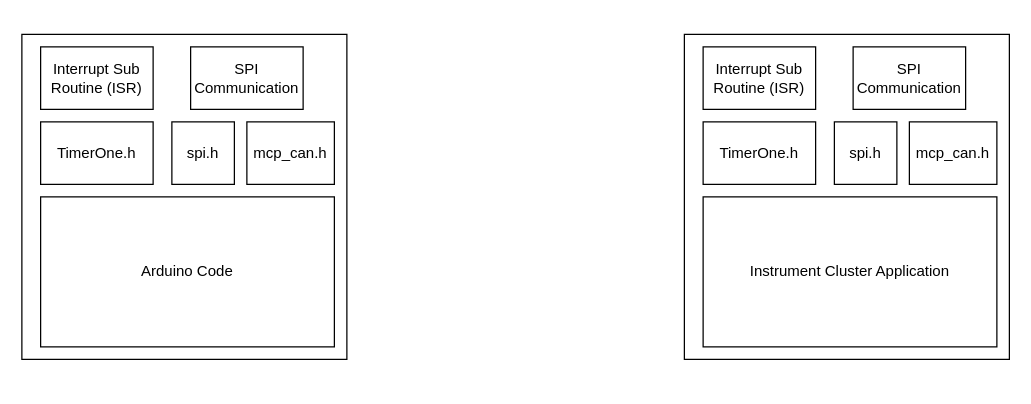
Above: Documentation/CodeFlow.drawio in jojeongmin304/DES_Instrument-Cluster (draw.io), before the change. Source tidied: cells renumbered, new cells numbered last; positions are measured from the earlier drawing's top-left corner, leaving out a move shared by most shapes. Both pictures are drawn from the tidied source at 125%, with x=0, y=0 at pixel (21, 34).
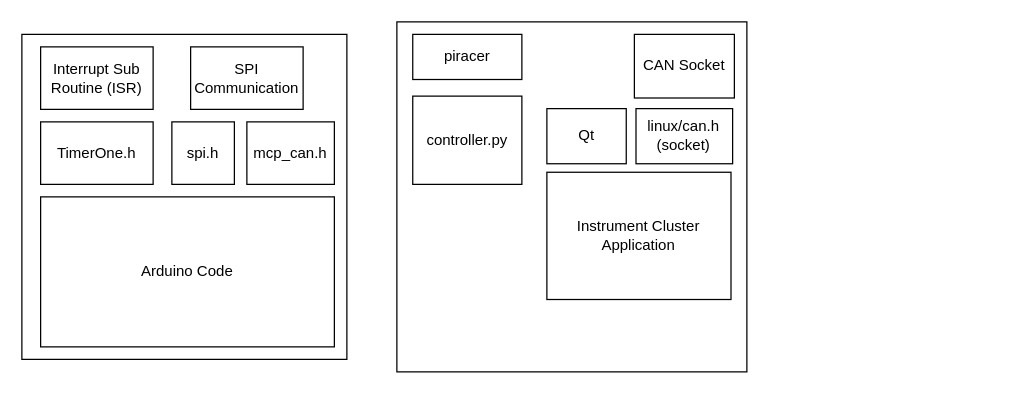
The same diagram, later.

What changed in the source:
```diff
@@
 <mxGraphModel>
   <root>
     <mxCell id="0" />
     <mxCell id="1" parent="0" />
     <mxCell id="2" style="group;" parent="1" vertex="1">
       <mxGeometry width="260" height="260" as="geometry" />
     </mxCell>
     <mxCell id="3" style="whiteSpace=wrap;html=1;fillColor=none;" parent="2" vertex="1">
       <mxGeometry width="260" height="260" as="geometry" />
     </mxCell>
     <mxCell id="4" value="Interrupt Sub Routine (ISR)" style="rounded=0;whiteSpace=wrap;html=1;" parent="2" vertex="1">
       <mxGeometry x="15" y="10" width="90" height="50" as="geometry" />
     </mxCell>
     <mxCell id="5" value="Arduino Code" style="rounded=0;whiteSpace=wrap;html=1;" parent="2" vertex="1">
       <mxGeometry x="15" y="130" width="235" height="120" as="geometry" />
     </mxCell>
     <mxCell id="6" value="SPI Communication" style="rounded=0;whiteSpace=wrap;html=1;" parent="2" vertex="1">
       <mxGeometry x="135" y="10" width="90" height="50" as="geometry" />
     </mxCell>
     <mxCell id="7" value="TimerOne.h" style="rounded=0;whiteSpace=wrap;html=1;" parent="2" vertex="1">
       <mxGeometry x="15" y="70" width="90" height="50" as="geometry" />
     </mxCell>
     <mxCell id="8" value="mcp_can.h" style="rounded=0;whiteSpace=wrap;html=1;" parent="2" vertex="1">
       <mxGeometry x="180" y="70" width="70" height="50" as="geometry" />
     </mxCell>
     <mxCell id="9" value="spi.h" style="rounded=0;whiteSpace=wrap;html=1;" parent="2" vertex="1">
       <mxGeometry x="120" y="70" width="50" height="50" as="geometry" />
     </mxCell>
     <mxCell id="10" style="group;" parent="1" vertex="1">
-      <mxGeometry x="530" width="260" height="260" as="geometry" />
+      <mxGeometry x="300" y="-10" width="330" height="280" as="geometry" />
     </mxCell>
     <mxCell id="11" style="whiteSpace=wrap;html=1;fillColor=none;" parent="10" vertex="1">
-      <mxGeometry width="260" height="260" as="geometry" />
+      <mxGeometry width="280" height="280" as="geometry" />
     </mxCell>
-    <mxCell id="12" value="Interrupt Sub Routine (ISR)" style="rounded=0;whiteSpace=wrap;html=1;" parent="10" vertex="1">
-      <mxGeometry x="15" y="10" width="90" height="50" as="geometry" />
-    </mxCell>
     <mxCell id="13" value="Instrument Cluster Application" style="rounded=0;whiteSpace=wrap;html=1;" parent="10" vertex="1">
-      <mxGeometry x="15" y="130" width="235" height="120" as="geometry" />
+      <mxGeometry x="120" y="120.3" width="147.3" height="101.8" as="geometry" />
     </mxCell>
-    <mxCell id="14" value="SPI Communication" style="rounded=0;whiteSpace=wrap;html=1;" parent="10" vertex="1">
-      <mxGeometry x="135" y="10" width="90" height="50" as="geometry" />
+    <mxCell id="14" value="CAN Socket" style="rounded=0;whiteSpace=wrap;html=1;" parent="10" vertex="1">
+      <mxGeometry x="190" y="10" width="80" height="50.9" as="geometry" />
     </mxCell>
-    <mxCell id="15" value="TimerOne.h" style="rounded=0;whiteSpace=wrap;html=1;" parent="10" vertex="1">
-      <mxGeometry x="15" y="70" width="90" height="50" as="geometry" />
+    <mxCell id="15" value="piracer" style="rounded=0;whiteSpace=wrap;html=1;" parent="10" vertex="1">
+      <mxGeometry x="12.7" y="10" width="87.3" height="36.1" as="geometry" />
     </mxCell>
-    <mxCell id="16" value="mcp_can.h" style="rounded=0;whiteSpace=wrap;html=1;" parent="10" vertex="1">
-      <mxGeometry x="180" y="70" width="70" height="50" as="geometry" />
+    <mxCell id="16" value="linux/can.h (socket)" style="rounded=0;whiteSpace=wrap;html=1;" parent="10" vertex="1">
+      <mxGeometry x="191.3" y="69.4" width="77.3" height="44.1" as="geometry" />
     </mxCell>
-    <mxCell id="17" value="spi.h" style="rounded=0;whiteSpace=wrap;html=1;" parent="10" vertex="1">
-      <mxGeometry x="120" y="70" width="50" height="50" as="geometry" />
+    <mxCell id="17" value="Qt" style="rounded=0;whiteSpace=wrap;html=1;" parent="10" vertex="1">
+      <mxGeometry x="120" y="69.4" width="63.5" height="44.1" as="geometry" />
     </mxCell>
+    <mxCell id="18" value="controller.py" style="rounded=0;whiteSpace=wrap;html=1;" parent="10" vertex="1">
+      <mxGeometry x="12.7" y="59.4" width="87.3" height="70.6" as="geometry" />
+    </mxCell>
+    <mxCell id="19" style="edgeStyle=orthogonalEdgeStyle;rounded=0;orthogonalLoop=1;jettySize=auto;html=1;exitX=0.5;exitY=1;exitDx=0;exitDy=0;" parent="10" edge="1" source="11" target="11">
+      <mxGeometry relative="1" as="geometry" />
+    </mxCell>
   </root>
 </mxGraphModel>
```
